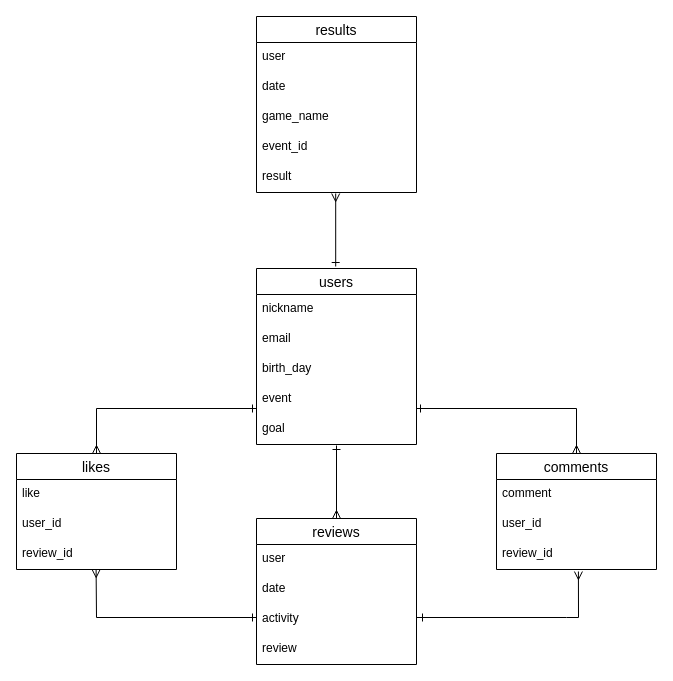
The draw.io diagram original.dio in yuyunaginagi/original-40237, before the edit. Source tidied: cells renumbered, new cells numbered last; positions are measured from the earlier drawing's top-left corner, leaving out a move shared by most shapes. Both pictures are drawn from the tidied source at 100%, with x=0, y=0 at pixel (16, 16).
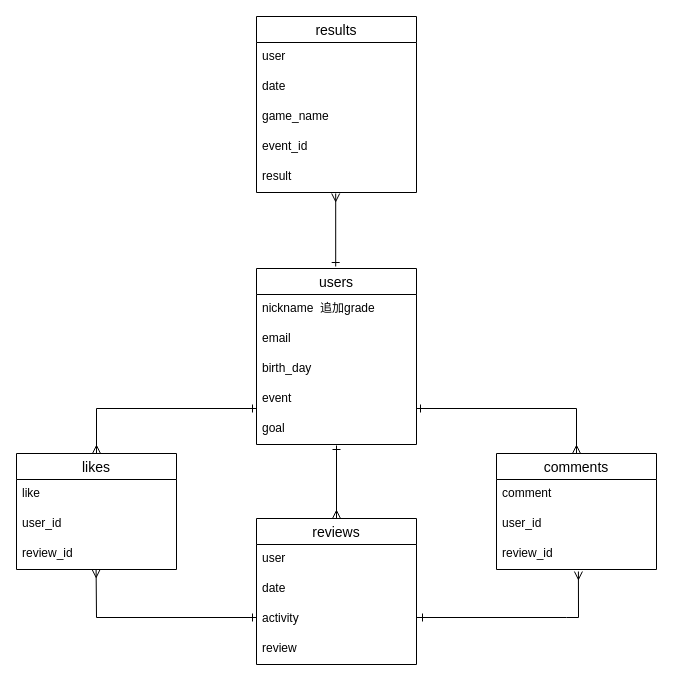
The same page after the edit.

The change refers to these unchanged cells:
```xml
<mxCell id="2" value="users" style="swimlane;fontStyle=0;horizontal=1;startSize=26;align=center;fontSize=14;" parent="1" vertex="1">
  <mxGeometry x="240" y="252" width="160" height="176" as="geometry" />
</mxCell>
```

Change to the diagram source:
```diff
@@
-    <mxCell id="3" value="nickname" style="text;strokeColor=none;fillColor=none;spacingLeft=4;spacingRight=4;overflow=hidden;fontSize=12;" parent="2" vertex="1">
+    <mxCell id="3" value="nickname  追加grade" style="text;strokeColor=none;fillColor=none;spacingLeft=4;spacingRight=4;overflow=hidden;fontSize=12;" parent="2" vertex="1">
       <mxGeometry y="26" width="160" height="30" as="geometry" />
     </mxCell>
```
